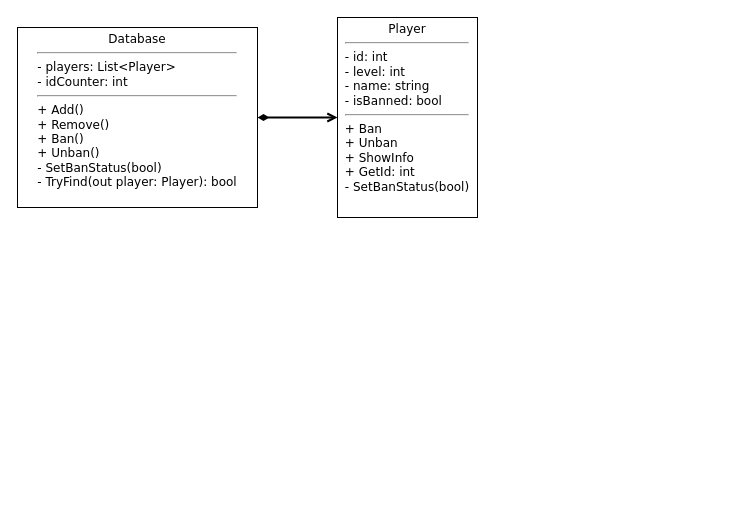
Above: page "База Данных Игроков" (1 of 4) of Диаграмма без названия.drawio in GigaOrts/UML-IJunior (draw.io), before the change. Source tidied: cells renumbered, new cells numbered last; positions are measured from the earlier drawing's top-left corner, leaving out a move shared by most shapes. Both pictures are drawn from the tidied source at 100%, with x=0, y=0 at pixel (17, 17).
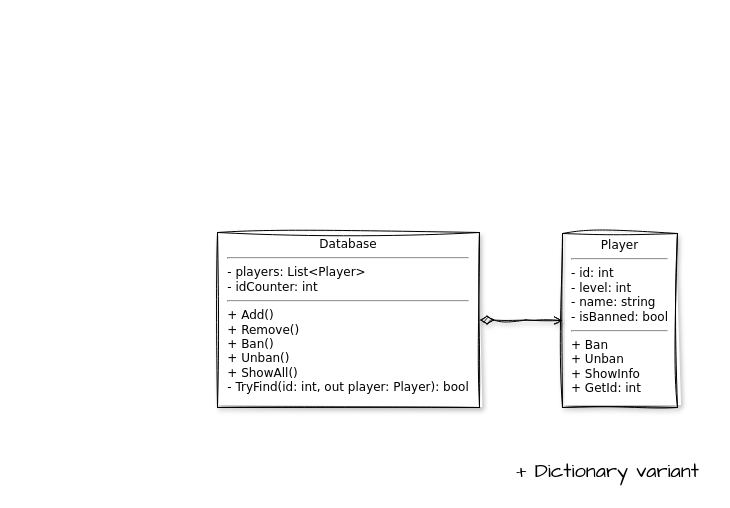
The same page after the edit.

Diff of the diagram source:
```diff
@@
 <mxGraphModel>
   <root>
     <mxCell id="0" />
     <mxCell id="1" parent="0" />
-    <mxCell id="2" value="&lt;font face=&quot;Verdana&quot;&gt;Player&lt;br&gt;&lt;/font&gt;&lt;hr&gt;&lt;div style=&quot;text-align: left;&quot;&gt;&lt;font face=&quot;Verdana&quot;&gt;- id: int&lt;/font&gt;&lt;/div&gt;&lt;div style=&quot;text-align: left;&quot;&gt;&lt;font face=&quot;Verdana&quot;&gt;- level: int&lt;/font&gt;&lt;/div&gt;&lt;div style=&quot;text-align: left;&quot;&gt;&lt;font face=&quot;Verdana&quot;&gt;- name: string&lt;/font&gt;&lt;/div&gt;&lt;div style=&quot;text-align: left;&quot;&gt;&lt;font face=&quot;Verdana&quot;&gt;- isBanned: bool&lt;/font&gt;&lt;/div&gt;&lt;div style=&quot;text-align: left;&quot;&gt;&lt;hr&gt;&lt;/div&gt;&lt;div style=&quot;text-align: left;&quot;&gt;&lt;font face=&quot;Verdana&quot;&gt;&lt;span style=&quot;background-color: initial;&quot;&gt;+ Ban&lt;/span&gt;&lt;br&gt;&lt;/font&gt;&lt;/div&gt;&lt;div style=&quot;text-align: left;&quot;&gt;&lt;font face=&quot;Verdana&quot;&gt;+ Unban&lt;/font&gt;&lt;/div&gt;&lt;div style=&quot;text-align: left;&quot;&gt;&lt;font face=&quot;Verdana&quot;&gt;+ ShowInfo&lt;/font&gt;&lt;/div&gt;&lt;div style=&quot;text-align: left;&quot;&gt;&lt;font face=&quot;Verdana&quot;&gt;+ GetId: int&lt;/font&gt;&lt;/div&gt;&lt;div style=&quot;text-align: left;&quot;&gt;&lt;font face=&quot;Verdana&quot;&gt;- SetBanStatus(bool)&lt;/font&gt;&lt;/div&gt;" style="rounded=0;whiteSpace=wrap;html=1;align=center;verticalAlign=top;spacing=0;" parent="1" vertex="1">
-      <mxGeometry x="320" width="140" height="200" as="geometry" />
+    <mxCell id="2" value="&lt;font face=&quot;Verdana&quot;&gt;Player&lt;br&gt;&lt;/font&gt;&lt;hr&gt;&lt;div style=&quot;text-align: left;&quot;&gt;&lt;font face=&quot;Verdana&quot;&gt;- id: int&lt;/font&gt;&lt;/div&gt;&lt;div style=&quot;text-align: left;&quot;&gt;&lt;font face=&quot;Verdana&quot;&gt;- level: int&lt;/font&gt;&lt;/div&gt;&lt;div style=&quot;text-align: left;&quot;&gt;&lt;font face=&quot;Verdana&quot;&gt;- name: string&lt;/font&gt;&lt;/div&gt;&lt;div style=&quot;text-align: left;&quot;&gt;&lt;font face=&quot;Verdana&quot;&gt;- isBanned: bool&lt;/font&gt;&lt;/div&gt;&lt;div style=&quot;text-align: left;&quot;&gt;&lt;hr&gt;&lt;/div&gt;&lt;div style=&quot;text-align: left;&quot;&gt;&lt;font face=&quot;Verdana&quot;&gt;&lt;span style=&quot;background-color: initial;&quot;&gt;+ Ban&lt;/span&gt;&lt;br&gt;&lt;/font&gt;&lt;/div&gt;&lt;div style=&quot;text-align: left;&quot;&gt;&lt;font face=&quot;Verdana&quot;&gt;+ Unban&lt;/font&gt;&lt;/div&gt;&lt;div style=&quot;text-align: left;&quot;&gt;&lt;font face=&quot;Verdana&quot;&gt;+ ShowInfo&lt;/font&gt;&lt;/div&gt;&lt;div style=&quot;text-align: left;&quot;&gt;&lt;font face=&quot;Verdana&quot;&gt;+ GetId: int&lt;/font&gt;&lt;/div&gt;" style="rounded=0;whiteSpace=wrap;html=1;align=center;verticalAlign=top;spacing=0;sketch=1;curveFitting=1;jiggle=2;shadow=1;" parent="1" vertex="1">
+      <mxGeometry x="545" y="216" width="115" height="174" as="geometry" />
     </mxCell>
-    <mxCell id="3" style="edgeStyle=orthogonalEdgeStyle;jettySize=auto;html=1;exitX=1;exitY=0.5;exitDx=0;exitDy=0;entryX=0;entryY=0.5;entryDx=0;entryDy=0;endArrow=open;endFill=0;sourcePerimeterSpacing=0;strokeWidth=2;startArrow=diamondThin;startFill=1;jumpSize=6;rounded=0;strokeColor=default;" parent="1" edge="1" source="4" target="2">
+    <mxCell id="3" style="edgeStyle=orthogonalEdgeStyle;jettySize=auto;html=1;exitX=1;exitY=0.5;exitDx=0;exitDy=0;entryX=0;entryY=0.5;entryDx=0;entryDy=0;endArrow=open;endFill=0;sourcePerimeterSpacing=0;strokeWidth=1;startArrow=diamondThin;startFill=1;jumpSize=6;rounded=0;strokeColor=default;endSize=6;startSize=12;sketch=1;curveFitting=1;jiggle=2;shadow=1;" parent="1" edge="1" source="4" target="2">
       <mxGeometry relative="1" as="geometry" />
     </mxCell>
-    <mxCell id="4" value="&lt;span style=&quot;font-family: Verdana; background-color: initial;&quot;&gt;Database&lt;/span&gt;&lt;br&gt;&lt;hr style=&quot;background-color: initial;&quot;&gt;&lt;span style=&quot;font-family: Verdana; background-color: initial;&quot;&gt;&lt;div style=&quot;text-align: left;&quot;&gt;&lt;span style=&quot;background-color: initial;&quot;&gt;- players: List&amp;lt;Player&amp;gt;&lt;/span&gt;&lt;/div&gt;&lt;div style=&quot;text-align: left;&quot;&gt;&lt;span style=&quot;background-color: initial;&quot;&gt;- idCounter: int&lt;/span&gt;&lt;/div&gt;&lt;/span&gt;&lt;hr style=&quot;text-align: left; background-color: initial;&quot;&gt;&lt;span style=&quot;background-color: initial; font-family: Verdana;&quot;&gt;&lt;div style=&quot;text-align: left;&quot;&gt;&lt;span style=&quot;background-color: initial;&quot;&gt;+ Add()&lt;/span&gt;&lt;/div&gt;&lt;/span&gt;&lt;span style=&quot;font-family: Verdana; background-color: initial;&quot;&gt;&lt;div style=&quot;text-align: left;&quot;&gt;&lt;span style=&quot;background-color: initial;&quot;&gt;+ Remove()&lt;/span&gt;&lt;/div&gt;&lt;/span&gt;&lt;span style=&quot;font-family: Verdana; background-color: initial;&quot;&gt;&lt;div style=&quot;text-align: left;&quot;&gt;&lt;span style=&quot;background-color: initial;&quot;&gt;+ Ban()&lt;/span&gt;&lt;/div&gt;&lt;/span&gt;&lt;span style=&quot;font-family: Verdana; background-color: initial;&quot;&gt;&lt;div style=&quot;text-align: left;&quot;&gt;&lt;span style=&quot;background-color: initial;&quot;&gt;+ Unban()&lt;/span&gt;&lt;/div&gt;&lt;/span&gt;&lt;span style=&quot;font-family: Verdana; background-color: initial;&quot;&gt;&lt;div style=&quot;text-align: left;&quot;&gt;&lt;span style=&quot;background-color: initial;&quot;&gt;- SetBanStatus(bool)&lt;/span&gt;&lt;/div&gt;&lt;/span&gt;&lt;div style=&quot;text-align: left;&quot;&gt;&lt;font face=&quot;Verdana&quot;&gt;- TryFind(out player: Player): bool&lt;br&gt;&lt;/font&gt;&lt;/div&gt;" style="rounded=0;whiteSpace=wrap;html=1;align=center;verticalAlign=top;spacing=0;" parent="1" vertex="1">
-      <mxGeometry y="10" width="240" height="180" as="geometry" />
+    <mxCell id="4" value="&lt;span style=&quot;font-family: Verdana; background-color: initial;&quot;&gt;Database&lt;/span&gt;&lt;br&gt;&lt;hr style=&quot;background-color: initial;&quot;&gt;&lt;span style=&quot;font-family: Verdana; background-color: initial;&quot;&gt;&lt;div style=&quot;text-align: left;&quot;&gt;&lt;span style=&quot;background-color: initial;&quot;&gt;- players: List&amp;lt;Player&amp;gt;&lt;/span&gt;&lt;/div&gt;&lt;div style=&quot;text-align: left;&quot;&gt;&lt;span style=&quot;background-color: initial;&quot;&gt;- idCounter: int&lt;/span&gt;&lt;/div&gt;&lt;/span&gt;&lt;hr style=&quot;text-align: left; background-color: initial;&quot;&gt;&lt;span style=&quot;background-color: initial; font-family: Verdana;&quot;&gt;&lt;div style=&quot;text-align: left;&quot;&gt;&lt;span style=&quot;background-color: initial;&quot;&gt;+ Add()&lt;/span&gt;&lt;/div&gt;&lt;/span&gt;&lt;span style=&quot;font-family: Verdana; background-color: initial;&quot;&gt;&lt;div style=&quot;text-align: left;&quot;&gt;&lt;span style=&quot;background-color: initial;&quot;&gt;+ Remove()&lt;/span&gt;&lt;/div&gt;&lt;/span&gt;&lt;span style=&quot;font-family: Verdana; background-color: initial;&quot;&gt;&lt;div style=&quot;text-align: left;&quot;&gt;&lt;span style=&quot;background-color: initial;&quot;&gt;+ Ban()&lt;/span&gt;&lt;/div&gt;&lt;/span&gt;&lt;span style=&quot;font-family: Verdana; background-color: initial;&quot;&gt;&lt;div style=&quot;text-align: left;&quot;&gt;&lt;span style=&quot;background-color: initial;&quot;&gt;+ Unban()&lt;/span&gt;&lt;/div&gt;&lt;div style=&quot;text-align: left;&quot;&gt;&lt;span style=&quot;background-color: initial;&quot;&gt;+ ShowAll()&lt;/span&gt;&lt;/div&gt;&lt;/span&gt;&lt;div style=&quot;text-align: left;&quot;&gt;&lt;font face=&quot;Verdana&quot;&gt;- TryFind(id: int, out player: Player): bool&lt;br&gt;&lt;/font&gt;&lt;/div&gt;" style="rounded=0;whiteSpace=wrap;html=1;align=center;verticalAlign=top;spacing=0;sketch=1;curveFitting=1;jiggle=2;shadow=1;" parent="1" vertex="1">
+      <mxGeometry x="200" y="215" width="262" height="175" as="geometry" />
     </mxCell>
-    <mxCell id="5" style="edgeStyle=orthogonalEdgeStyle;rounded=0;orthogonalLoop=1;jettySize=auto;html=1;exitX=0.5;exitY=1;exitDx=0;exitDy=0;" parent="1" edge="1" source="2" target="2">
+    <mxCell id="5" style="edgeStyle=orthogonalEdgeStyle;rounded=0;orthogonalLoop=1;jettySize=auto;html=1;exitX=0.5;exitY=1;exitDx=0;exitDy=0;sketch=1;curveFitting=1;jiggle=2;shadow=1;" parent="1" edge="1" source="2" target="2">
       <mxGeometry relative="1" as="geometry" />
     </mxCell>
+    <mxCell id="6" value="+ Dictionary variant" style="text;html=1;align=center;verticalAlign=middle;strokeColor=none;fillColor=none;fontSize=20;fontFamily=Architects Daughter;" parent="1" vertex="1">
+      <mxGeometry x="485" y="433" width="210" height="40" as="geometry" />
+    </mxCell>
   </root>
 </mxGraphModel>
```
